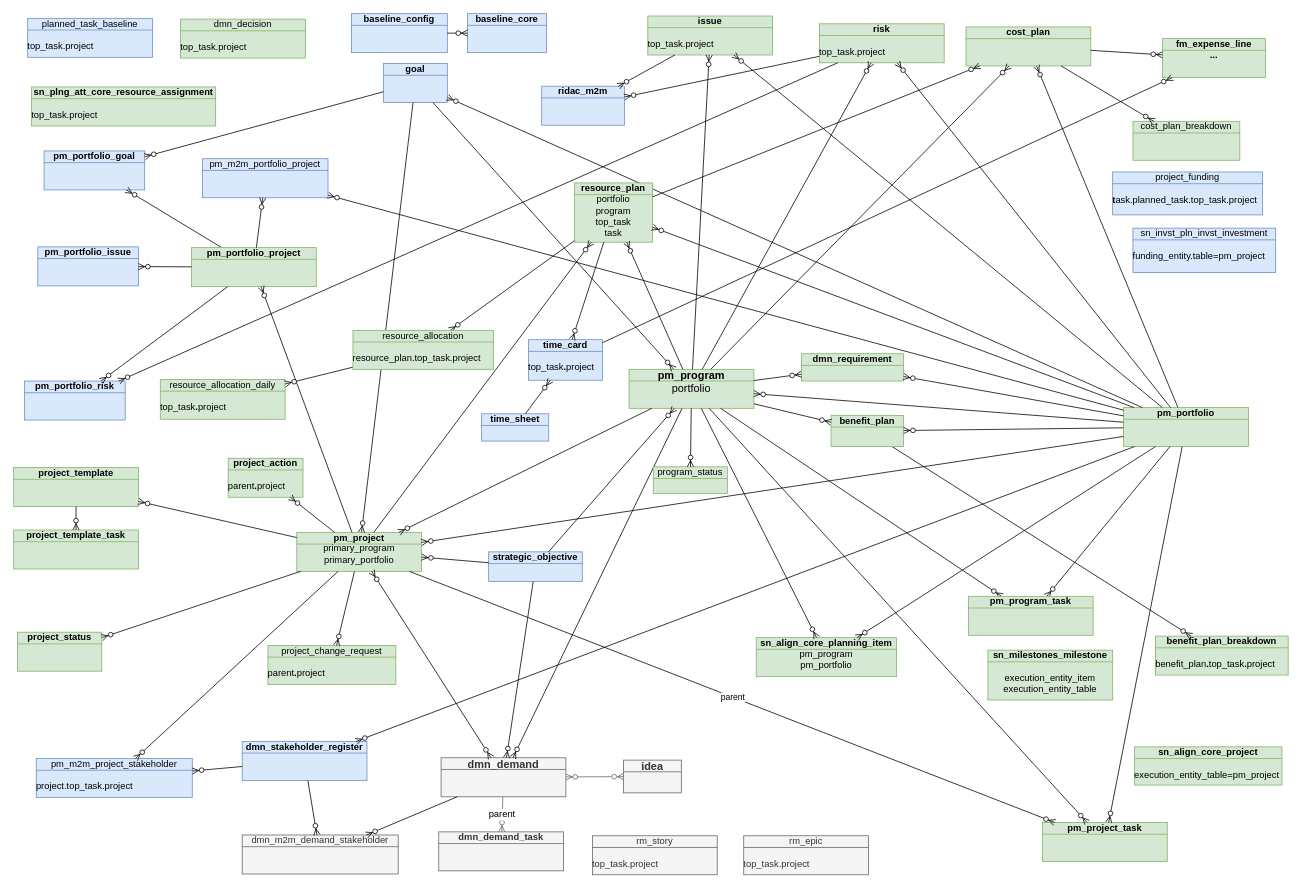
Earlier version of the draw.io diagram page "allTables" (3 of 21) of Uve.drawio (algimas/tmp). Source tidied: cells renumbered, new cells numbered last; positions are measured from the earlier drawing's top-left corner, leaving out a move shared by most shapes. Both pictures are drawn from the tidied source at 78%, with x=0, y=0 at pixel (13, 13).
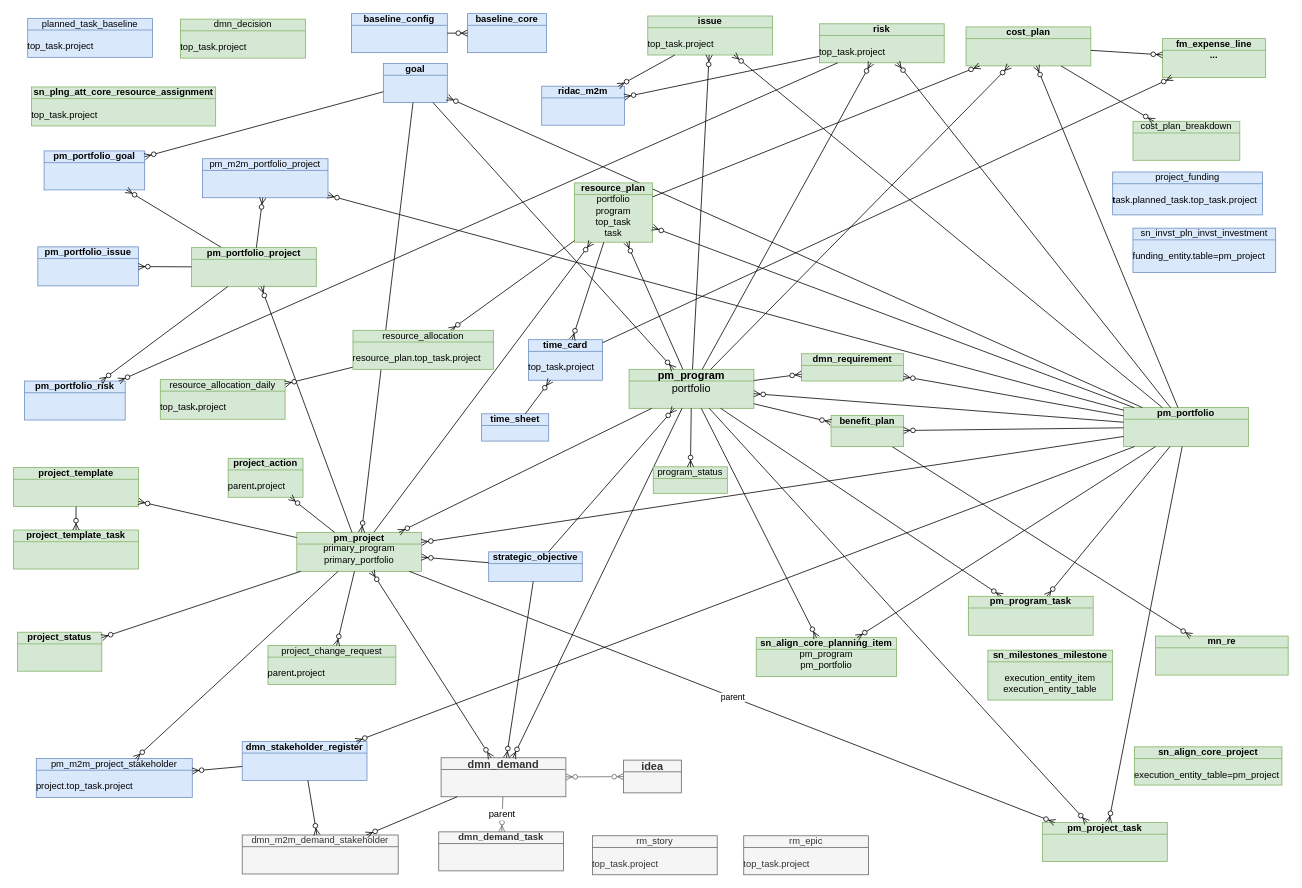
Above is the later version.

What changed in the source:
```diff
@@
-    <mxCell id="3" value="&lt;div&gt;benefit_plan_breakdown&lt;/div&gt;&lt;div&gt;&lt;br&gt;&lt;/div&gt;&lt;div align=&quot;left&quot;&gt;&lt;span style=&quot;font-weight: normal;&quot;&gt;benefit_plan&lt;/span&gt;.&lt;span style=&quot;font-weight: normal;&quot;&gt;top_task&lt;/span&gt;.&lt;span style=&quot;font-weight: normal;&quot;&gt;project&lt;/span&gt;&lt;/div&gt;" style="html=1;outlineConnect=0;whiteSpace=wrap;fillColor=#d5e8d4;shape=mxgraph.archimate3.businessObject;overflow=fill;strokeColor=#82b366;fontStyle=1;shadow=0;" parent="1" vertex="1">
+    <mxCell id="3" value="mn_re" style="html=1;outlineConnect=0;whiteSpace=wrap;fillColor=#d5e8d4;shape=mxgraph.archimate3.businessObject;overflow=fill;strokeColor=#82b366;fontStyle=1;shadow=0;" parent="1" vertex="1">
       <mxGeometry x="1464" y="798" width="170" height="50" as="geometry" />
     </mxCell>
```
